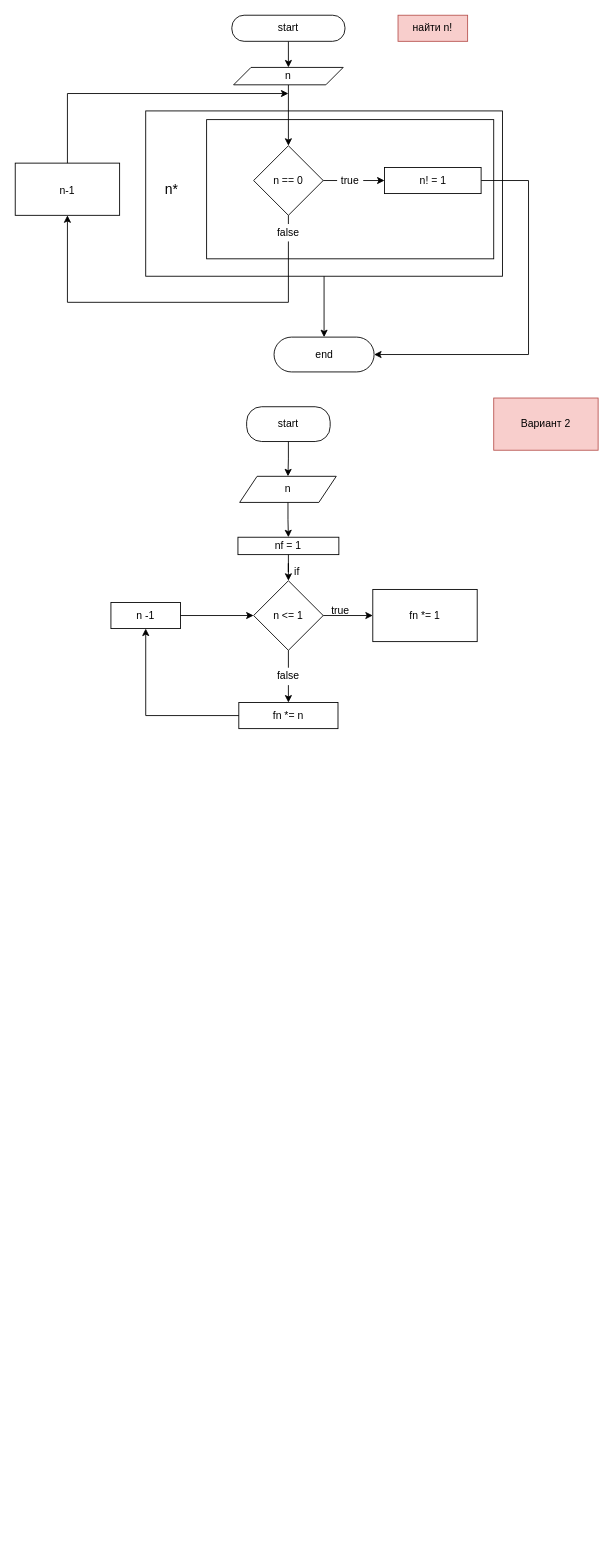
Above: page "Страница 2" (2 of 2) of hw1_test2.drawio in AlexeyDmitrich/hw_dev_base1 (draw.io), before the change. Source tidied: cells renumbered, new cells numbered last; positions are measured from the earlier drawing's top-left corner, leaving out a move shared by most shapes. Both pictures are drawn from the tidied source at 87%, with x=0, y=0 at pixel (15, 15).
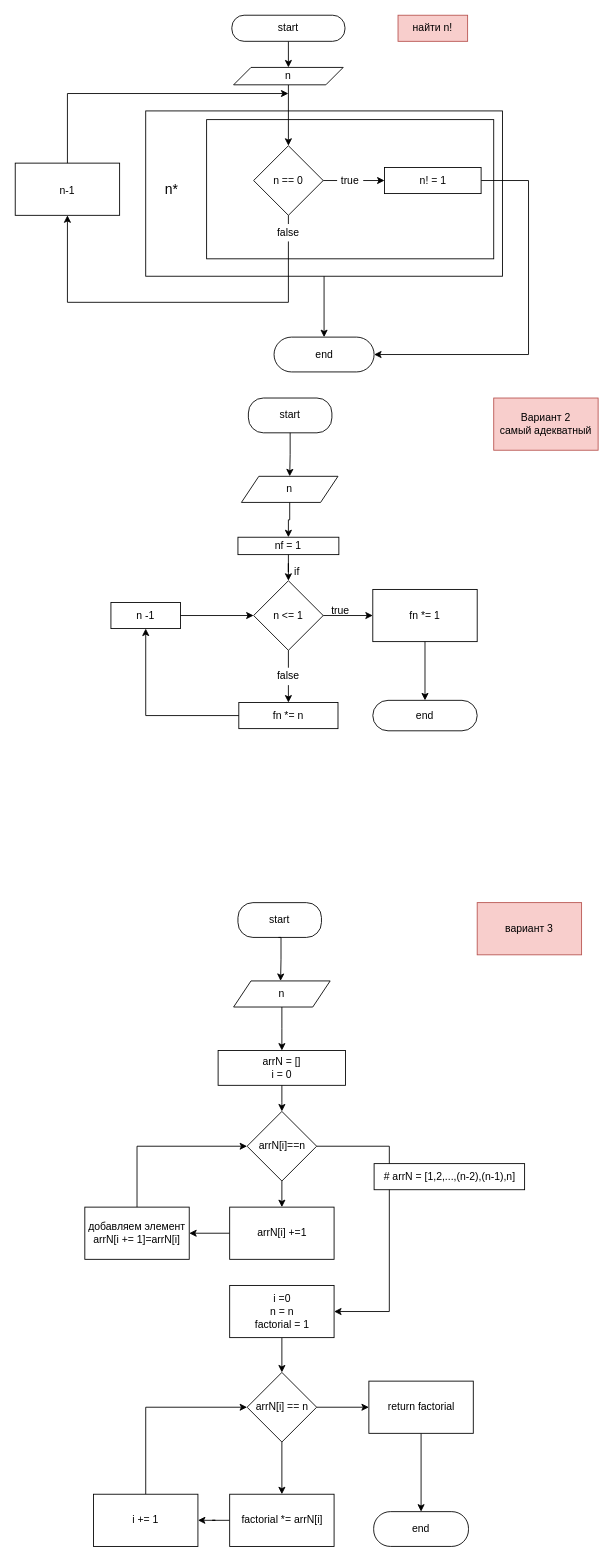
Above is the later version.

The change refers to these unchanged cells:
```xml
<mxCell id="33" value="fn *= 1" style="whiteSpace=wrap;html=1;fillColor=none;" parent="1" vertex="1">
  <mxGeometry x="411" y="660" width="120" height="60" as="geometry" />
</mxCell>
```

What changed in the source:
```diff
@@
-    <mxCell id="23" value="Вариант 2" style="rounded=0;whiteSpace=wrap;html=1;fontSize=12;fillColor=#f8cecc;strokeColor=#b85450;" parent="1" vertex="1">
+    <mxCell id="23" value="&lt;div&gt;Вариант 2&lt;/div&gt;самый адекватный" style="rounded=0;whiteSpace=wrap;html=1;fontSize=12;fillColor=#f8cecc;strokeColor=#b85450;" parent="1" vertex="1">
       <mxGeometry x="550" y="440" width="120" height="60" as="geometry" />
     </mxCell>
@@
     <mxCell id="25" value="start" style="rounded=1;whiteSpace=wrap;html=1;fontSize=12;fillColor=none;arcSize=43;" parent="1" vertex="1">
-      <mxGeometry x="266" y="450" width="96" height="40" as="geometry" />
+      <mxGeometry x="268" y="440" width="96" height="40" as="geometry" />
     </mxCell>
@@
     <mxCell id="29" value="n" style="shape=parallelogram;perimeter=parallelogramPerimeter;whiteSpace=wrap;html=1;fixedSize=1;fontSize=12;fillColor=none;" parent="1" vertex="1">
-      <mxGeometry x="258" y="530" width="111" height="30" as="geometry" />
+      <mxGeometry x="260" y="530" width="111" height="30" as="geometry" />
     </mxCell>
@@
+    <mxCell id="42" style="edgeStyle=orthogonalEdgeStyle;rounded=0;jettySize=auto;html=1;exitX=0.5;exitY=1;exitDx=0;exitDy=0;entryX=0.5;entryY=0;entryDx=0;entryDy=0;" parent="1" edge="1" source="33" target="44">
+      <mxGeometry relative="1" as="geometry" />
+    </mxCell>
@@
+    <mxCell id="43" value="&lt;div&gt;вариант 3&lt;/div&gt;" style="rounded=0;whiteSpace=wrap;html=1;fillColor=#f8cecc;strokeColor=#b85450;" parent="1" vertex="1">
+      <mxGeometry x="531" y="1020" width="120" height="60" as="geometry" />
+    </mxCell>
+    <mxCell id="44" value="end" style="rounded=1;whiteSpace=wrap;html=1;arcSize=50;" parent="1" vertex="1">
+      <mxGeometry x="411" y="787.5" width="120" height="35" as="geometry" />
+    </mxCell>
+    <mxCell id="45" style="edgeStyle=orthogonalEdgeStyle;rounded=0;orthogonalLoop=1;jettySize=auto;html=1;exitX=0.5;exitY=1;exitDx=0;exitDy=0;entryX=0.5;entryY=0;entryDx=0;entryDy=0;fontSize=12;" parent="1" edge="1">
+      <mxGeometry relative="1" as="geometry">
+        <mxPoint x="302.5" y="1060" as="sourcePoint" />
+        <mxPoint x="305" y="1110" as="targetPoint" />
+        <Array as="points">
+          <mxPoint x="305.5" y="1060" />
+          <mxPoint x="305.5" y="1085" />
+        </Array>
+      </mxGeometry>
+    </mxCell>
+    <mxCell id="46" value="start" style="rounded=1;whiteSpace=wrap;html=1;fontSize=12;fillColor=none;arcSize=43;" parent="1" vertex="1">
+      <mxGeometry x="256" y="1020" width="96" height="40" as="geometry" />
+    </mxCell>
+    <mxCell id="47" style="edgeStyle=orthogonalEdgeStyle;rounded=0;jettySize=auto;html=1;" parent="1" edge="1" source="48" target="50">
+      <mxGeometry relative="1" as="geometry" />
+    </mxCell>
+    <mxCell id="48" value="n" style="shape=parallelogram;perimeter=parallelogramPerimeter;whiteSpace=wrap;html=1;fixedSize=1;fontSize=12;fillColor=none;" parent="1" vertex="1">
+      <mxGeometry x="251" y="1110" width="111" height="30" as="geometry" />
+    </mxCell>
+    <mxCell id="49" style="edgeStyle=orthogonalEdgeStyle;rounded=0;jettySize=auto;html=1;" parent="1" edge="1" source="50">
+      <mxGeometry relative="1" as="geometry">
+        <mxPoint x="306.5" y="1260" as="targetPoint" />
+      </mxGeometry>
+    </mxCell>
+    <mxCell id="50" value="&lt;div&gt;arrN = []&lt;/div&gt;&lt;div&gt;i = 0&lt;br&gt;&lt;/div&gt;" style="whiteSpace=wrap;html=1;fillColor=none;" parent="1" vertex="1">
+      <mxGeometry x="233.2" y="1190" width="146.5" height="40" as="geometry" />
+    </mxCell>
+    <mxCell id="51" style="edgeStyle=orthogonalEdgeStyle;rounded=0;jettySize=auto;html=1;exitX=0.5;exitY=1;exitDx=0;exitDy=0;entryX=0.5;entryY=0;entryDx=0;entryDy=0;" parent="1" edge="1" source="53" target="55">
+      <mxGeometry relative="1" as="geometry" />
+    </mxCell>
+    <mxCell id="52" style="edgeStyle=orthogonalEdgeStyle;rounded=0;jettySize=auto;html=1;exitX=1;exitY=0.5;exitDx=0;exitDy=0;entryX=1;entryY=0.5;entryDx=0;entryDy=0;" parent="1" edge="1" source="53" target="59">
+      <mxGeometry relative="1" as="geometry">
+        <Array as="points">
+          <mxPoint x="430" y="1300" />
+          <mxPoint x="430" y="1490" />
+        </Array>
+      </mxGeometry>
+    </mxCell>
+    <mxCell id="53" value="arrN[i]==n" style="rhombus;whiteSpace=wrap;html=1;" parent="1" vertex="1">
+      <mxGeometry x="266.5" y="1260" width="80" height="80" as="geometry" />
+    </mxCell>
+    <mxCell id="54" style="edgeStyle=orthogonalEdgeStyle;rounded=0;jettySize=auto;html=1;exitX=0;exitY=0.5;exitDx=0;exitDy=0;entryX=1;entryY=0.5;entryDx=0;entryDy=0;" parent="1" edge="1" source="55" target="57">
+      <mxGeometry relative="1" as="geometry" />
+    </mxCell>
+    <mxCell id="55" value="&lt;div&gt;arrN[i] +=1&lt;/div&gt;" style="rounded=0;whiteSpace=wrap;html=1;" parent="1" vertex="1">
+      <mxGeometry x="246.5" y="1370" width="120" height="60" as="geometry" />
+    </mxCell>
+    <mxCell id="56" style="edgeStyle=orthogonalEdgeStyle;rounded=0;jettySize=auto;html=1;exitX=0.5;exitY=0;exitDx=0;exitDy=0;entryX=0;entryY=0.5;entryDx=0;entryDy=0;" parent="1" edge="1" source="57" target="53">
+      <mxGeometry relative="1" as="geometry" />
+    </mxCell>
+    <mxCell id="57" value="&lt;div&gt;добавляем элемент&lt;br&gt;&lt;/div&gt;&lt;div&gt;arrN[i += 1]=arrN[i]&lt;/div&gt;" style="rounded=0;whiteSpace=wrap;html=1;" parent="1" vertex="1">
+      <mxGeometry x="80" y="1370" width="120" height="60" as="geometry" />
+    </mxCell>
+    <mxCell id="58" style="edgeStyle=orthogonalEdgeStyle;rounded=0;jettySize=auto;html=1;exitX=0.5;exitY=1;exitDx=0;exitDy=0;entryX=0.5;entryY=0;entryDx=0;entryDy=0;" parent="1" edge="1" source="59" target="63">
+      <mxGeometry relative="1" as="geometry" />
+    </mxCell>
+    <mxCell id="59" value="&lt;div&gt;i =0&lt;/div&gt;&lt;div&gt;n = n&lt;/div&gt;&lt;div&gt;factorial = 1&lt;br&gt;&lt;/div&gt;" style="rounded=0;whiteSpace=wrap;html=1;" parent="1" vertex="1">
+      <mxGeometry x="246.5" y="1460" width="120" height="60" as="geometry" />
+    </mxCell>
+    <mxCell id="60" value="# arrN = [1,2,...,(n-2),(n-1),n]" style="rounded=0;whiteSpace=wrap;html=1;" parent="1" vertex="1">
+      <mxGeometry x="412.5" y="1320" width="173" height="30" as="geometry" />
+    </mxCell>
+    <mxCell id="61" style="edgeStyle=orthogonalEdgeStyle;rounded=0;jettySize=auto;html=1;" parent="1" edge="1" source="63" target="65">
+      <mxGeometry relative="1" as="geometry" />
+    </mxCell>
+    <mxCell id="62" style="edgeStyle=orthogonalEdgeStyle;rounded=0;jettySize=auto;html=1;exitX=0.5;exitY=1;exitDx=0;exitDy=0;entryX=0.5;entryY=0;entryDx=0;entryDy=0;" parent="1" edge="1" source="63" target="67">
+      <mxGeometry relative="1" as="geometry" />
+    </mxCell>
+    <mxCell id="63" value="arrN[i] == n" style="rhombus;whiteSpace=wrap;html=1;" parent="1" vertex="1">
+      <mxGeometry x="266.5" y="1560" width="80" height="80" as="geometry" />
+    </mxCell>
+    <mxCell id="64" style="edgeStyle=orthogonalEdgeStyle;rounded=0;jettySize=auto;html=1;exitX=0.5;exitY=1;exitDx=0;exitDy=0;" parent="1" edge="1" source="65" target="70">
+      <mxGeometry relative="1" as="geometry" />
+    </mxCell>
+    <mxCell id="65" value="return factorial" style="whiteSpace=wrap;html=1;" parent="1" vertex="1">
+      <mxGeometry x="406.5" y="1570" width="120" height="60" as="geometry" />
+    </mxCell>
+    <mxCell id="66" style="edgeStyle=orthogonalEdgeStyle;rounded=0;jettySize=auto;html=1;exitX=0;exitY=0.5;exitDx=0;exitDy=0;" parent="1" edge="1" source="67" target="69">
+      <mxGeometry relative="1" as="geometry" />
+    </mxCell>
+    <mxCell id="67" value="factorial *= arrN[i]" style="rounded=0;whiteSpace=wrap;html=1;" parent="1" vertex="1">
+      <mxGeometry x="246.5" y="1700" width="120" height="60" as="geometry" />
+    </mxCell>
+    <mxCell id="68" style="edgeStyle=orthogonalEdgeStyle;rounded=0;jettySize=auto;html=1;exitX=0.5;exitY=0;exitDx=0;exitDy=0;entryX=0;entryY=0.5;entryDx=0;entryDy=0;" parent="1" edge="1" source="69" target="63">
+      <mxGeometry relative="1" as="geometry">
+        <Array as="points">
+          <mxPoint x="150" y="1600" />
+        </Array>
+      </mxGeometry>
+    </mxCell>
+    <mxCell id="69" value="i += 1" style="rounded=0;whiteSpace=wrap;html=1;" parent="1" vertex="1">
+      <mxGeometry x="90" y="1700" width="120" height="60" as="geometry" />
+    </mxCell>
+    <mxCell id="70" value="end" style="rounded=1;whiteSpace=wrap;html=1;arcSize=48;" parent="1" vertex="1">
+      <mxGeometry x="412" y="1720" width="109" height="40" as="geometry" />
+    </mxCell>
```
